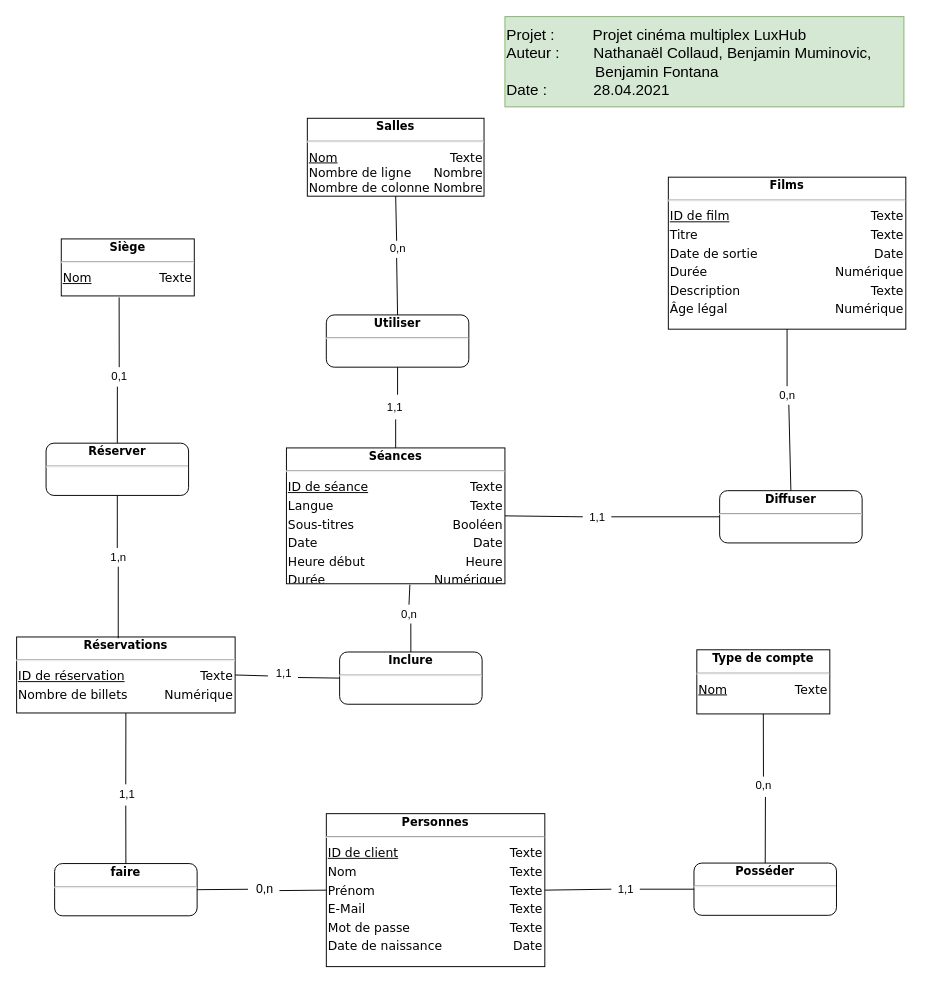
Above: doc/MCD/MCD.drawio in benjaminMum/LuxHub (draw.io), before the change. Source tidied: cells renumbered, new cells numbered last; positions are measured from the earlier drawing's top-left corner, leaving out a move shared by most shapes. Both pictures are drawn from the tidied source at 95%, with x=0, y=0 at pixel (16, 16).
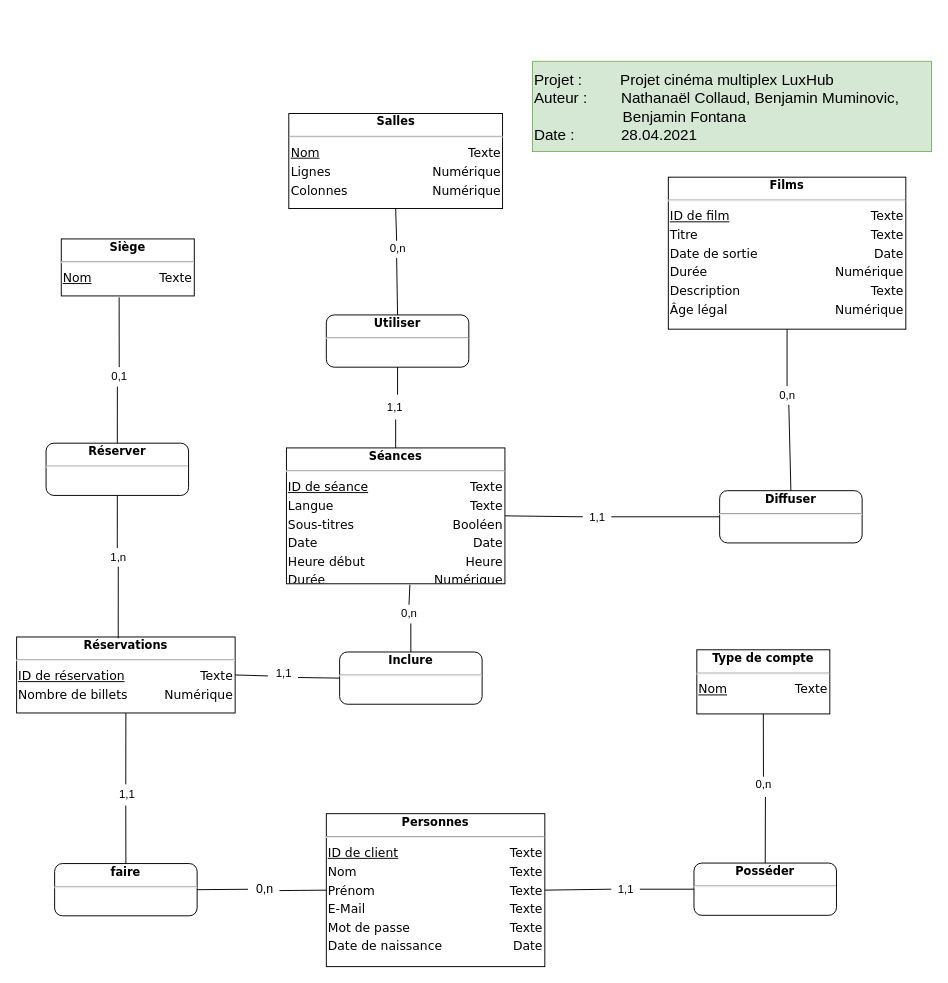
After the change.

Commit message (it also covers changes not shown here):
Fixed MCD typo

Change to the diagram source:
```diff
@@
     <mxCell id="2" value="Projet :&amp;nbsp; &amp;nbsp; &amp;nbsp; &amp;nbsp; &amp;nbsp;Projet cinéma multiplex LuxHub&lt;br&gt;&lt;span style=&quot;text-align: center&quot;&gt;Auteur :&amp;nbsp; &amp;nbsp; &amp;nbsp; &amp;nbsp; Nathanaël Collaud, Benjamin Muminovic,&amp;nbsp; &amp;nbsp; &amp;nbsp; &amp;nbsp; &amp;nbsp; &amp;nbsp; &amp;nbsp; &amp;nbsp; &amp;nbsp; &amp;nbsp; &amp;nbsp; &amp;nbsp; &amp;nbsp; &amp;nbsp; &amp;nbsp;Benjamin Fontana&lt;/span&gt;&lt;br&gt;&lt;div&gt;Date :&amp;nbsp; &amp;nbsp; &amp;nbsp; &amp;nbsp; &amp;nbsp; &amp;nbsp;28.04.2021&lt;/div&gt;" style="rounded=0;whiteSpace=wrap;html=1;labelBackgroundColor=none;strokeColor=#82b366;fontSize=16;align=left;fillColor=#d5e8d4;" parent="1" vertex="1">
-      <mxGeometry x="514" width="420" height="95" as="geometry" />
+      <mxGeometry x="543" y="47" width="420" height="95" as="geometry" />
     </mxCell>
-    <mxCell id="3" value="&lt;div style=&quot;box-sizing: border-box ; width: 100% ; padding: 2px&quot;&gt;&lt;span style=&quot;background-color: rgb(255 , 255 , 255)&quot;&gt;&lt;b&gt;Salles&lt;/b&gt;&lt;/span&gt;&lt;/div&gt;&lt;hr&gt;&lt;table style=&quot;width: 100% ; font-size: 1em&quot; cellpadding=&quot;2&quot; cellspacing=&quot;0&quot;&gt;&lt;tbody style=&quot;font-size: 13px&quot;&gt;&lt;tr&gt;&lt;td style=&quot;text-align: left&quot;&gt;&lt;u&gt;Nom&lt;/u&gt;&lt;br&gt;Nombre de ligne&lt;br&gt;Nombre de colonne&lt;/td&gt;&lt;td style=&quot;text-align: right&quot;&gt;Texte&lt;br&gt;Nombre&lt;br&gt;Nombre&lt;/td&gt;&lt;/tr&gt;&lt;/tbody&gt;&lt;/table&gt;" style="verticalAlign=top;align=center;overflow=fill;html=1;rounded=0;shadow=0;comic=0;labelBackgroundColor=none;strokeColor=#000000;strokeWidth=1;fillColor=#ffffff;fontFamily=Verdana;fontSize=12;fontColor=#000000;" parent="1" vertex="1">
-      <mxGeometry x="306" y="107" width="186" height="82" as="geometry" />
+    <mxCell id="3" value="&lt;div style=&quot;box-sizing: border-box ; width: 100% ; padding: 2px&quot;&gt;&lt;span style=&quot;background-color: rgb(255 , 255 , 255)&quot;&gt;&lt;b&gt;Salles&lt;/b&gt;&lt;/span&gt;&lt;/div&gt;&lt;hr&gt;&lt;table style=&quot;width: 100% ; font-size: 1em&quot; cellpadding=&quot;2&quot; cellspacing=&quot;0&quot;&gt;&lt;tbody style=&quot;font-size: 13px&quot;&gt;&lt;tr&gt;&lt;td style=&quot;text-align: left&quot;&gt;&lt;u&gt;Nom&lt;/u&gt;&lt;br&gt;&lt;/td&gt;&lt;td style=&quot;text-align: right&quot;&gt;Texte&lt;br&gt;&lt;/td&gt;&lt;/tr&gt;&lt;tr&gt;&lt;td style=&quot;text-align: left&quot;&gt;Lignes&lt;/td&gt;&lt;td style=&quot;text-align: right&quot;&gt;Numérique&lt;/td&gt;&lt;/tr&gt;&lt;tr&gt;&lt;td style=&quot;text-align: left&quot;&gt;Colonnes&lt;/td&gt;&lt;td style=&quot;text-align: right&quot;&gt;Numérique&lt;/td&gt;&lt;/tr&gt;&lt;/tbody&gt;&lt;/table&gt;" style="verticalAlign=top;align=center;overflow=fill;html=1;rounded=0;shadow=0;comic=0;labelBackgroundColor=none;strokeColor=#000000;strokeWidth=1;fillColor=#ffffff;fontFamily=Verdana;fontSize=12;fontColor=#000000;" parent="1" vertex="1">
+      <mxGeometry x="286.5" y="102" width="225" height="100" as="geometry" />
     </mxCell>
```
